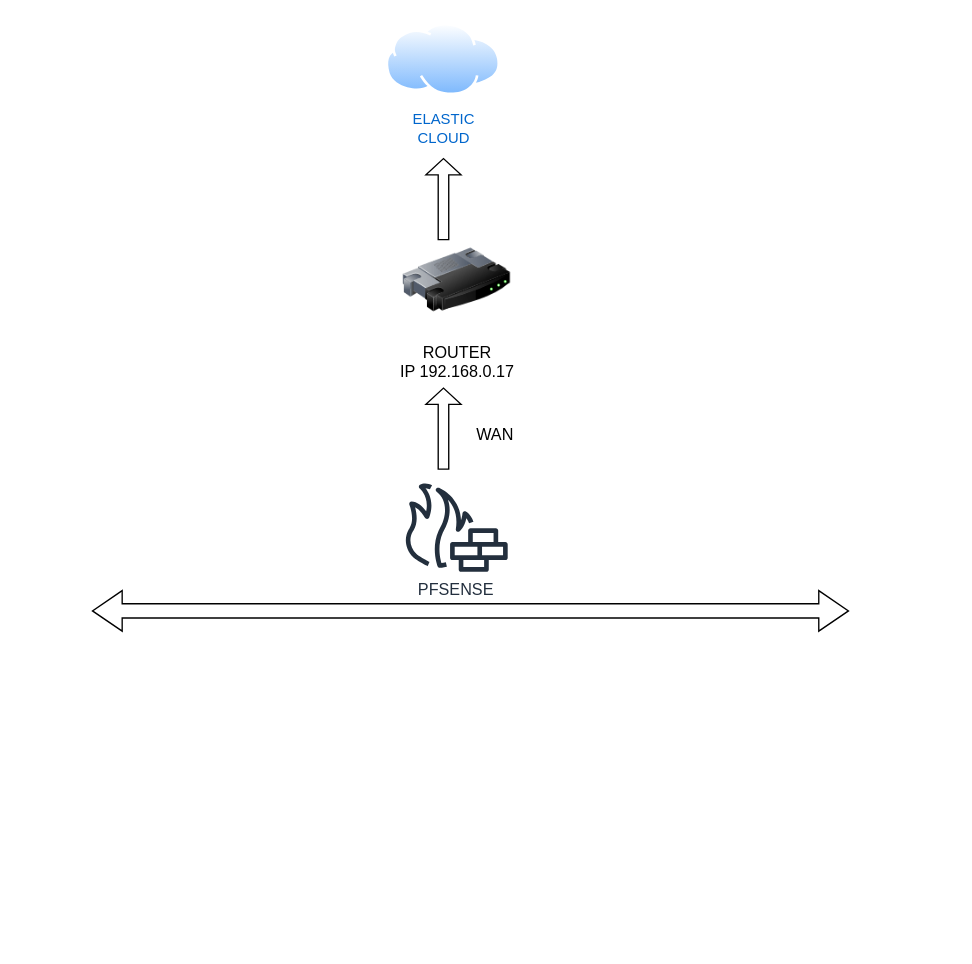
Before: BlueTeam/Diagrama sin título.drawio in Jordan06-Di/Practicas-KeepCoding, a draw.io diagram. Source tidied: cells renumbered, new cells numbered last; positions are measured from the earlier drawing's top-left corner, leaving out a move shared by most shapes. Both pictures are drawn from the tidied source at 135%, with x=0, y=0 at pixel (92, 23).
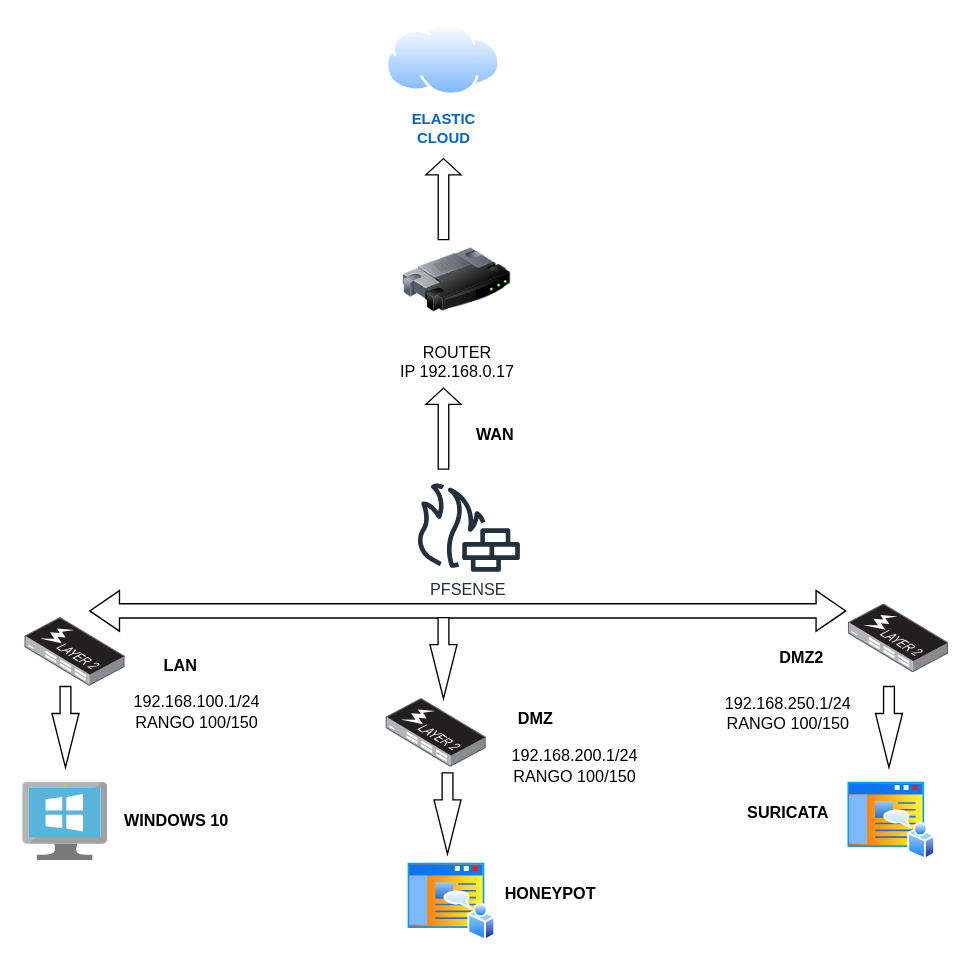
Above is the later version.

Diff of the diagram source:
```diff
@@
-    <mxCell id="3" value="&lt;font style=&quot;color: rgb(0, 102, 204); font-size: 11px;&quot;&gt;ELASTIC&lt;/font&gt;&lt;div&gt;&lt;font style=&quot;color: rgb(0, 102, 204); font-size: 11px;&quot;&gt;CLOUD&lt;/font&gt;&lt;/div&gt;" style="image;perimeter=ellipsePerimeter;html=1;align=center;shadow=0;dashed=0;spacingTop=3;image=img/lib/active_directory/internet_cloud.svg;" parent="1" vertex="1">
+    <mxCell id="3" value="&lt;font style=&quot;color: rgb(0, 102, 204); font-size: 11px;&quot;&gt;&lt;b&gt;ELASTIC&lt;/b&gt;&lt;/font&gt;&lt;div&gt;&lt;font style=&quot;color: rgb(0, 102, 204); font-size: 11px;&quot;&gt;&lt;b&gt;CLOUD&lt;/b&gt;&lt;/font&gt;&lt;/div&gt;" style="image;perimeter=ellipsePerimeter;html=1;align=center;shadow=0;dashed=0;spacingTop=3;image=img/lib/active_directory/internet_cloud.svg;" parent="1" vertex="1">
       <mxGeometry x="217.5" width="85" height="53.5" as="geometry" />
     </mxCell>
@@
-    <mxCell id="6" value="WAN" style="text;html=1;align=center;verticalAlign=middle;strokeColor=none;fillColor=none;" parent="1" vertex="1">
+    <mxCell id="6" value="WAN" style="text;html=1;align=center;verticalAlign=middle;strokeColor=none;fillColor=none;fontStyle=1;" parent="1" vertex="1">
       <mxGeometry x="273" y="290" width="50" height="30" as="geometry" />
     </mxCell>
     <mxCell id="7" value="PFSENSE" style="sketch=0;fontColor=#232F3E;gradientColor=none;fillColor=#232F3D;strokeColor=none;dashed=0;verticalLabelPosition=bottom;verticalAlign=top;align=center;html=1;fontSize=12;fontStyle=0;shape=mxgraph.aws4.generic_firewall;" parent="1" vertex="1">
-      <mxGeometry x="230" y="340" width="78" height="66" as="geometry" />
+      <mxGeometry x="239" y="340" width="78" height="66" as="geometry" />
     </mxCell>
     <mxCell id="8" style="html=1;shadow=0;dashed=0;align=center;verticalAlign=middle;shape=mxgraph.arrows2.twoWayArrow;dy=0.65;dx=22;" parent="1" vertex="1">
-      <mxGeometry y="420" width="560" height="30" as="geometry" />
+      <mxGeometry x="-2" y="420" width="560" height="30" as="geometry" />
     </mxCell>
+    <mxCell id="9" style="image;html=1;align=center;shadow=0;dashed=0;image=img/lib/allied_telesis/switch/Switch_24_port_L2_POE.svg;" parent="1" vertex="1">
+      <mxGeometry x="-50" y="440" width="74.4" height="51" as="geometry" />
+    </mxCell>
+    <mxCell id="10" style="image;html=1;align=center;shadow=0;dashed=0;image=img/lib/allied_telesis/switch/Switch_24_port_L2_POE.svg;" parent="1" vertex="1">
+      <mxGeometry x="560" y="430" width="74.4" height="51" as="geometry" />
+    </mxCell>
+    <mxCell id="11" style="image;html=1;align=center;shadow=0;dashed=0;image=img/lib/allied_telesis/switch/Switch_24_port_L2_POE.svg;" parent="1" vertex="1">
+      <mxGeometry x="217.5" y="500" width="74.4" height="51" as="geometry" />
+    </mxCell>
+    <mxCell id="12" style="html=1;shadow=0;dashed=0;align=center;verticalAlign=middle;shape=mxgraph.arrows2.arrow;dy=0.6;dx=40;direction=south;notch=0;" parent="1" vertex="1">
+      <mxGeometry x="250" y="440" width="20" height="60" as="geometry" />
+    </mxCell>
+    <mxCell id="13" value="LAN" style="text;html=1;align=center;verticalAlign=middle;strokeColor=none;fillColor=none;fontStyle=1;" parent="1" vertex="1">
+      <mxGeometry x="40" y="461" width="50" height="30" as="geometry" />
+    </mxCell>
+    <mxCell id="14" value="DMZ2" style="text;html=1;align=center;verticalAlign=middle;strokeColor=none;fillColor=none;fontStyle=1;" parent="1" vertex="1">
+      <mxGeometry x="495" y="455" width="60" height="30" as="geometry" />
+    </mxCell>
+    <mxCell id="15" value="DMZ" style="text;html=1;align=center;verticalAlign=middle;strokeColor=none;fillColor=none;fontStyle=1;" parent="1" vertex="1">
+      <mxGeometry x="302.5" y="500" width="50" height="30" as="geometry" />
+    </mxCell>
+    <mxCell id="16" style="html=1;shadow=0;dashed=0;align=center;verticalAlign=middle;shape=mxgraph.arrows2.arrow;dy=0.6;dx=40;direction=south;notch=0;" parent="1" vertex="1">
+      <mxGeometry x="-30" y="491" width="20" height="60" as="geometry" />
+    </mxCell>
+    <mxCell id="17" style="html=1;shadow=0;dashed=0;align=center;verticalAlign=middle;shape=mxgraph.arrows2.arrow;dy=0.6;dx=40;direction=south;notch=0;" parent="1" vertex="1">
+      <mxGeometry x="580" y="491" width="20" height="60" as="geometry" />
+    </mxCell>
+    <mxCell id="18" style="html=1;shadow=0;dashed=0;align=center;verticalAlign=middle;shape=mxgraph.arrows2.arrow;dy=0.6;dx=40;direction=south;notch=0;" parent="1" vertex="1">
+      <mxGeometry x="253" y="555" width="20" height="60" as="geometry" />
+    </mxCell>
+    <mxCell id="19" style="image;sketch=0;html=1;align=center;fontSize=12;image=img/lib/mscae/VirtualMachineWindows.svg;" parent="1" vertex="1">
+      <mxGeometry x="-51.5" y="562" width="63" height="58" as="geometry" />
+    </mxCell>
+    <mxCell id="20" style="image;perimeter=ellipsePerimeter;html=1;align=center;shadow=0;dashed=0;spacingTop=3;image=img/lib/active_directory/home_page.svg;" parent="1" vertex="1">
+      <mxGeometry x="232.2" y="620" width="66.7" height="60" as="geometry" />
+    </mxCell>
+    <mxCell id="21" style="image;perimeter=ellipsePerimeter;html=1;align=center;shadow=0;dashed=0;spacingTop=3;image=img/lib/active_directory/home_page.svg;" parent="1" vertex="1">
+      <mxGeometry x="558" y="560" width="66.7" height="60" as="geometry" />
+    </mxCell>
+    <mxCell id="22" value="WINDOWS 10" style="text;html=1;align=center;verticalAlign=middle;strokeColor=none;fillColor=none;fontStyle=1;" parent="1" vertex="1">
+      <mxGeometry x="11.5" y="576" width="100" height="30" as="geometry" />
+    </mxCell>
+    <mxCell id="23" value="HONEYPOT" style="text;html=1;align=center;verticalAlign=middle;strokeColor=none;fillColor=none;fontStyle=1;" parent="1" vertex="1">
+      <mxGeometry x="294" y="630" width="90" height="30" as="geometry" />
+    </mxCell>
+    <mxCell id="24" value="SURICATA" style="text;html=1;align=center;verticalAlign=middle;strokeColor=none;fillColor=none;fontStyle=1;" parent="1" vertex="1">
+      <mxGeometry x="475" y="570" width="80" height="30" as="geometry" />
+    </mxCell>
+    <mxCell id="25" value="192.168.100.1/24&lt;div&gt;RANGO 100/150&lt;/div&gt;" style="text;html=1;align=center;verticalAlign=middle;strokeColor=none;fillColor=none;fontStyle=0;" parent="1" vertex="1">
+      <mxGeometry x="16.5" y="490" width="120" height="40" as="geometry" />
+    </mxCell>
+    <mxCell id="26" value="192.168.200.1/24&lt;div&gt;RANGO 100/150&lt;/div&gt;" style="text;html=1;align=center;verticalAlign=middle;strokeColor=none;fillColor=none;fontStyle=0;" parent="1" vertex="1">
+      <mxGeometry x="296.9" y="530" width="120" height="40" as="geometry" />
+    </mxCell>
+    <mxCell id="27" value="192.168.250.1/24&lt;div&gt;RANGO 100/150&lt;/div&gt;" style="text;html=1;align=center;verticalAlign=middle;strokeColor=none;fillColor=none;fontStyle=0;" parent="1" vertex="1">
+      <mxGeometry x="455" y="491" width="120" height="40" as="geometry" />
+    </mxCell>
```
